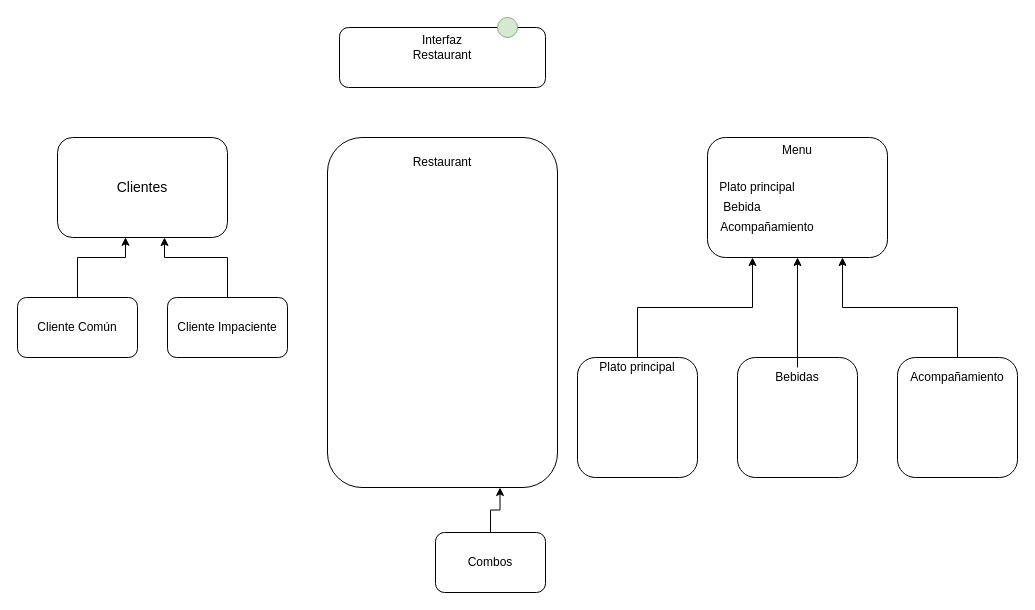
Above: Untitled Diagram.drawio in KevinCordoba/Proyecto_POO_1 (draw.io), before the change. Source tidied: cells renumbered, new cells numbered last; positions are measured from the earlier drawing's top-left corner, leaving out a move shared by most shapes. Both pictures are drawn from the tidied source at 100%, with x=0, y=0 at pixel (17, 17).
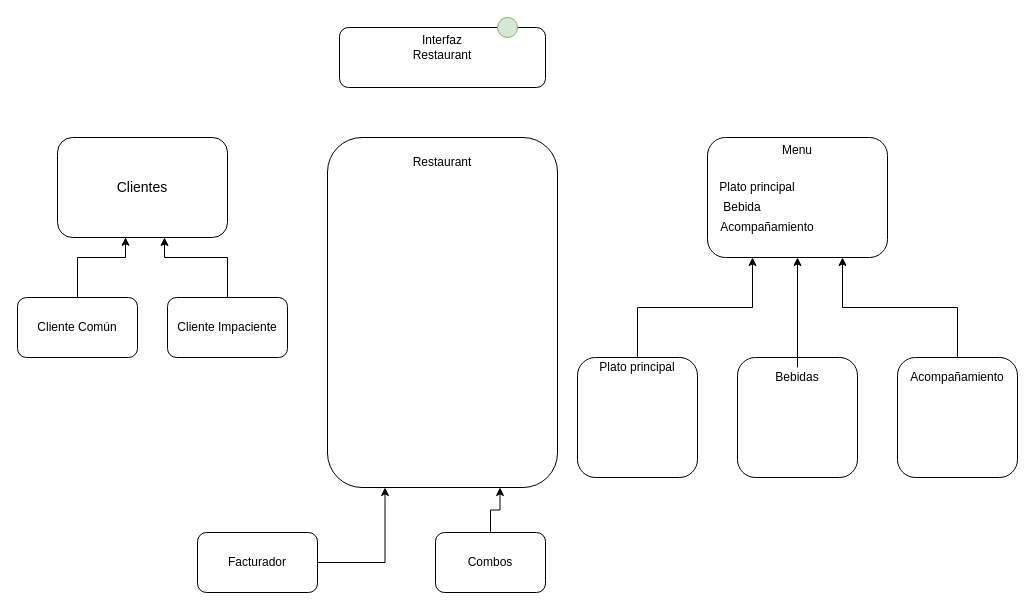
After the change.

The change refers to these unchanged cells:
```xml
<mxCell id="5" style="rounded=1;whiteSpace=wrap;html=1;" parent="1" vertex="1">
  <mxGeometry x="310" y="120" width="230" height="350" as="geometry" />
</mxCell>
```

What changed in the source:
```diff
@@
+    <mxCell id="30" style="edgeStyle=orthogonalEdgeStyle;rounded=0;jettySize=auto;html=1;entryX=0.25;entryY=1;entryDx=0;entryDy=0;" parent="1" edge="1" source="31" target="5">
+      <mxGeometry relative="1" as="geometry" />
+    </mxCell>
+    <mxCell id="31" style="rounded=1;whiteSpace=wrap;html=1;" parent="1" vertex="1">
+      <mxGeometry x="180" y="515" width="120" height="60" as="geometry" />
+    </mxCell>
+    <mxCell id="32" value="Facturador" style="text;html=1;strokeColor=none;fillColor=none;align=center;verticalAlign=middle;whiteSpace=wrap;rounded=0;" parent="1" vertex="1">
+      <mxGeometry x="210" y="535" width="60" height="20" as="geometry" />
+    </mxCell>
```
